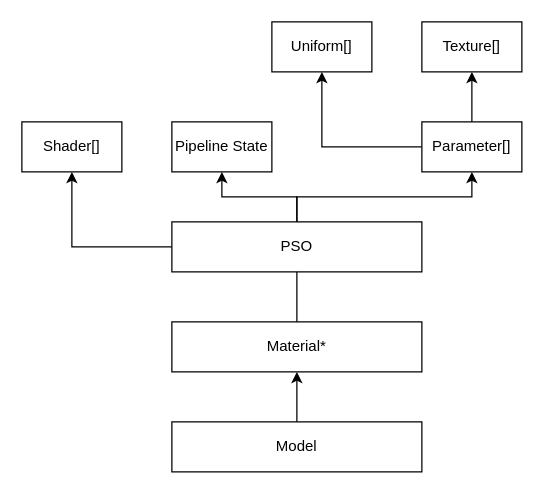
Earlier version of the draw.io diagram doc/RenderingPipelineArchitecture.drawio (Gabriel-Baril/Hedron). Source tidied: cells renumbered, new cells numbered last; positions are measured from the earlier drawing's top-left corner, leaving out a move shared by most shapes. Both pictures are drawn from the tidied source at 125%, with x=0, y=0 at pixel (21, 21).
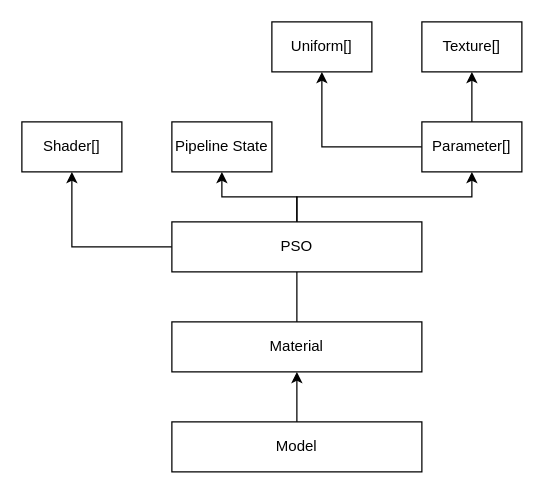
After the change.

Commit message (it also covers changes not shown here):
Added catch2 module

The edit, as a diff of the source:
```diff
@@
 <mxGraphModel>
   <root>
     <mxCell id="0" />
     <mxCell id="1" parent="0" />
     <mxCell id="2" style="edgeStyle=orthogonalEdgeStyle;rounded=0;jettySize=auto;html=1;exitX=0.5;exitY=0;exitDx=0;exitDy=0;" parent="1" edge="1" source="3">
       <mxGeometry relative="1" as="geometry">
         <mxPoint x="220" y="160" as="targetPoint" />
       </mxGeometry>
     </mxCell>
-    <mxCell id="3" value="Material*" style="rounded=0;whiteSpace=wrap;html=1;" parent="1" vertex="1">
+    <mxCell id="3" value="Material" style="rounded=0;whiteSpace=wrap;html=1;" parent="1" vertex="1">
       <mxGeometry x="120" y="240" width="200" height="40" as="geometry" />
     </mxCell>
     <mxCell id="4" style="edgeStyle=orthogonalEdgeStyle;rounded=0;jettySize=auto;html=1;entryX=0.5;entryY=1;entryDx=0;entryDy=0;" parent="1" edge="1" source="5" target="3">
       <mxGeometry relative="1" as="geometry" />
     </mxCell>
     <mxCell id="5" value="Model" style="rounded=0;whiteSpace=wrap;html=1;" parent="1" vertex="1">
       <mxGeometry x="120" y="320" width="200" height="40" as="geometry" />
     </mxCell>
     <mxCell id="6" style="edgeStyle=orthogonalEdgeStyle;rounded=0;jettySize=auto;html=1;entryX=0.5;entryY=1;entryDx=0;entryDy=0;" parent="1" edge="1" source="9" target="10">
       <mxGeometry relative="1" as="geometry" />
     </mxCell>
     <mxCell id="7" style="edgeStyle=orthogonalEdgeStyle;rounded=0;jettySize=auto;html=1;entryX=0.5;entryY=1;entryDx=0;entryDy=0;" parent="1" edge="1" source="9" target="13">
       <mxGeometry relative="1" as="geometry" />
     </mxCell>
     <mxCell id="8" style="edgeStyle=orthogonalEdgeStyle;rounded=0;jettySize=auto;html=1;entryX=0.5;entryY=1;entryDx=0;entryDy=0;" parent="1" edge="1" source="9" target="16">
       <mxGeometry relative="1" as="geometry" />
     </mxCell>
     <mxCell id="9" value="PSO" style="rounded=0;whiteSpace=wrap;html=1;" parent="1" vertex="1">
       <mxGeometry x="120" y="160" width="200" height="40" as="geometry" />
     </mxCell>
     <mxCell id="10" value="Pipeline State" style="rounded=0;whiteSpace=wrap;html=1;" parent="1" vertex="1">
       <mxGeometry x="120" y="80" width="80" height="40" as="geometry" />
     </mxCell>
     <mxCell id="11" style="edgeStyle=orthogonalEdgeStyle;rounded=0;jettySize=auto;html=1;entryX=0.5;entryY=1;entryDx=0;entryDy=0;" parent="1" edge="1" source="13" target="14">
       <mxGeometry relative="1" as="geometry" />
     </mxCell>
     <mxCell id="12" style="edgeStyle=orthogonalEdgeStyle;rounded=0;jettySize=auto;html=1;entryX=0.5;entryY=1;entryDx=0;entryDy=0;" parent="1" edge="1" source="13" target="15">
       <mxGeometry relative="1" as="geometry" />
     </mxCell>
     <mxCell id="13" value="Parameter[]" style="rounded=0;whiteSpace=wrap;html=1;" parent="1" vertex="1">
       <mxGeometry x="320" y="80" width="80" height="40" as="geometry" />
     </mxCell>
     <mxCell id="14" value="Texture[]" style="rounded=0;whiteSpace=wrap;html=1;" parent="1" vertex="1">
       <mxGeometry x="320" width="80" height="40" as="geometry" />
     </mxCell>
     <mxCell id="15" value="Uniform[]" style="rounded=0;whiteSpace=wrap;html=1;" parent="1" vertex="1">
       <mxGeometry x="200" width="80" height="40" as="geometry" />
     </mxCell>
     <mxCell id="16" value="Shader[]" style="rounded=0;whiteSpace=wrap;html=1;" parent="1" vertex="1">
       <mxGeometry y="80" width="80" height="40" as="geometry" />
     </mxCell>
   </root>
 </mxGraphModel>
```
